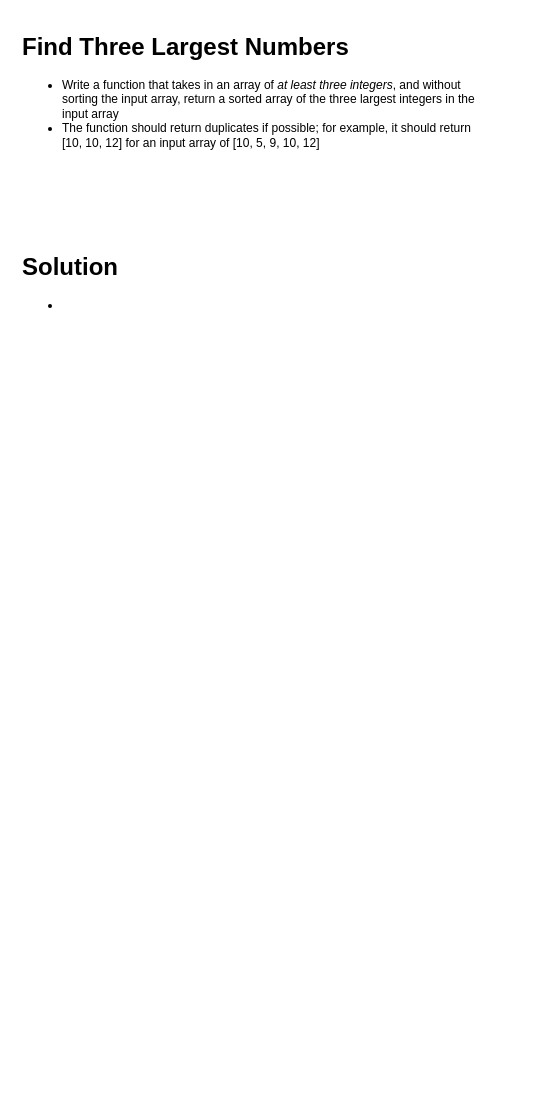
Before: src/find-three-largest-values.drawio in aj03794/leetcode-problems, a draw.io diagram. Source tidied: cells renumbered, new cells numbered last; positions are measured from the earlier drawing's top-left corner, leaving out a move shared by most shapes. Both pictures are drawn from the tidied source at 100%, with x=0, y=0 at pixel (17, 27).
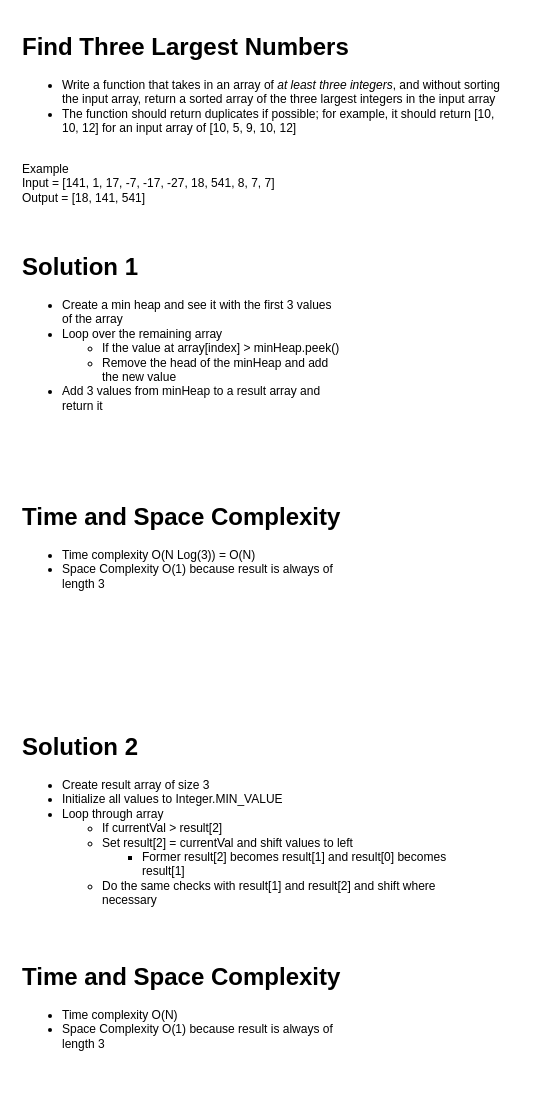
The same diagram, later.

The edit, as a diff of the source:
```diff
@@
 <mxGraphModel>
   <root>
     <mxCell id="0" />
     <mxCell id="1" parent="0" />
-    <mxCell id="2" value="&lt;h1&gt;Find Three Largest Numbers&lt;/h1&gt;&lt;p&gt;&lt;/p&gt;&lt;ul&gt;&lt;li&gt;Write a function that takes in an array of &lt;i&gt;at least three integers&lt;/i&gt;, and without sorting the input array, return a sorted array of the three largest integers in the input array&lt;/li&gt;&lt;li&gt;The function should return duplicates if possible; for example, it should return [10, 10, 12] for an input array of [10, 5, 9, 10, 12]&lt;/li&gt;&lt;/ul&gt;&lt;p&gt;&lt;/p&gt;" style="text;html=1;strokeColor=none;fillColor=none;spacing=5;spacingTop=-20;whiteSpace=wrap;overflow=hidden;rounded=0;" parent="1" vertex="1">
-      <mxGeometry width="480" height="150" as="geometry" />
+    <mxCell id="2" value="&lt;h1&gt;Find Three Largest Numbers&lt;/h1&gt;&lt;p&gt;&lt;/p&gt;&lt;ul&gt;&lt;li&gt;Write a function that takes in an array of &lt;i&gt;at least three integers&lt;/i&gt;, and without sorting the input array, return a sorted array of the three largest integers in the input array&lt;/li&gt;&lt;li&gt;The function should return duplicates if possible; for example, it should return [10, 10, 12] for an input array of [10, 5, 9, 10, 12]&lt;/li&gt;&lt;/ul&gt;&lt;div&gt;&lt;br&gt;&lt;/div&gt;&lt;div&gt;Example&lt;/div&gt;&lt;div&gt;Input = [141, 1, 17, -7, -17, -27, 18, 541, 8, 7, 7]&lt;/div&gt;&lt;div&gt;Output = [18, 141, 541]&lt;/div&gt;&lt;p&gt;&lt;/p&gt;" style="text;html=1;strokeColor=none;fillColor=none;spacing=5;spacingTop=-20;whiteSpace=wrap;overflow=hidden;rounded=0;" parent="1" vertex="1">
+      <mxGeometry width="500" height="180" as="geometry" />
     </mxCell>
-    <mxCell id="3" value="&lt;h1&gt;Solution&lt;/h1&gt;&lt;p&gt;&lt;/p&gt;&lt;ul&gt;&lt;li&gt;&lt;br&gt;&lt;/li&gt;&lt;/ul&gt;&lt;p&gt;&lt;/p&gt;" style="text;html=1;strokeColor=none;fillColor=none;spacing=5;spacingTop=-20;whiteSpace=wrap;overflow=hidden;rounded=0;" parent="1" vertex="1">
-      <mxGeometry y="220" width="190" height="120" as="geometry" />
+    <mxCell id="3" value="&lt;h1&gt;Solution 1&lt;/h1&gt;&lt;p&gt;&lt;/p&gt;&lt;ul&gt;&lt;li&gt;Create a min heap and see it with the first 3 values of the array&lt;/li&gt;&lt;li&gt;Loop over the remaining array&lt;/li&gt;&lt;ul&gt;&lt;li&gt;If the value at array[index] &amp;gt; minHeap.peek()&lt;/li&gt;&lt;li&gt;Remove the head of the minHeap and add the new value&lt;/li&gt;&lt;/ul&gt;&lt;li&gt;Add 3 values from minHeap to a result array and return it&lt;/li&gt;&lt;/ul&gt;&lt;p&gt;&lt;/p&gt;" style="text;html=1;strokeColor=none;fillColor=none;spacing=5;spacingTop=-20;whiteSpace=wrap;overflow=hidden;rounded=0;" parent="1" vertex="1">
+      <mxGeometry y="220" width="330" height="170" as="geometry" />
     </mxCell>
+    <mxCell id="4" value="&lt;h1&gt;Solution 2&lt;/h1&gt;&lt;p&gt;&lt;/p&gt;&lt;ul&gt;&lt;li&gt;Create result array of size 3&lt;/li&gt;&lt;li&gt;Initialize all values to Integer.MIN_VALUE&lt;/li&gt;&lt;li&gt;Loop through array&lt;/li&gt;&lt;ul&gt;&lt;li&gt;If currentVal &amp;gt; result[2]&lt;/li&gt;&lt;li&gt;Set result[2] = currentVal and shift values to left&lt;/li&gt;&lt;ul&gt;&lt;li&gt;Former result[2] becomes result[1] and result[0] becomes result[1]&lt;/li&gt;&lt;/ul&gt;&lt;li&gt;Do the same checks with result[1] and result[2] and shift where necessary&lt;/li&gt;&lt;/ul&gt;&lt;/ul&gt;&lt;p&gt;&lt;/p&gt;" style="text;html=1;strokeColor=none;fillColor=none;spacing=5;spacingTop=-20;whiteSpace=wrap;overflow=hidden;rounded=0;" parent="1" vertex="1">
+      <mxGeometry y="700" width="470" height="240" as="geometry" />
+    </mxCell>
+    <mxCell id="5" value="&lt;h1&gt;Time and Space Complexity&lt;/h1&gt;&lt;p&gt;&lt;/p&gt;&lt;ul&gt;&lt;li&gt;Time complexity O(N Log(3)) = O(N)&lt;/li&gt;&lt;li&gt;Space Complexity O(1) because result is always of length 3&lt;/li&gt;&lt;/ul&gt;&lt;p&gt;&lt;/p&gt;" style="text;html=1;strokeColor=none;fillColor=none;spacing=5;spacingTop=-20;whiteSpace=wrap;overflow=hidden;rounded=0;" parent="1" vertex="1">
+      <mxGeometry y="470" width="350" height="120" as="geometry" />
+    </mxCell>
+    <mxCell id="6" value="&lt;h1&gt;Time and Space Complexity&lt;/h1&gt;&lt;p&gt;&lt;/p&gt;&lt;ul&gt;&lt;li&gt;Time complexity O(N)&lt;/li&gt;&lt;li&gt;Space Complexity O(1) because result is always of length 3&lt;/li&gt;&lt;/ul&gt;&lt;p&gt;&lt;/p&gt;" style="text;html=1;strokeColor=none;fillColor=none;spacing=5;spacingTop=-20;whiteSpace=wrap;overflow=hidden;rounded=0;" parent="1" vertex="1">
+      <mxGeometry y="930" width="350" height="120" as="geometry" />
+    </mxCell>
   </root>
 </mxGraphModel>
```
